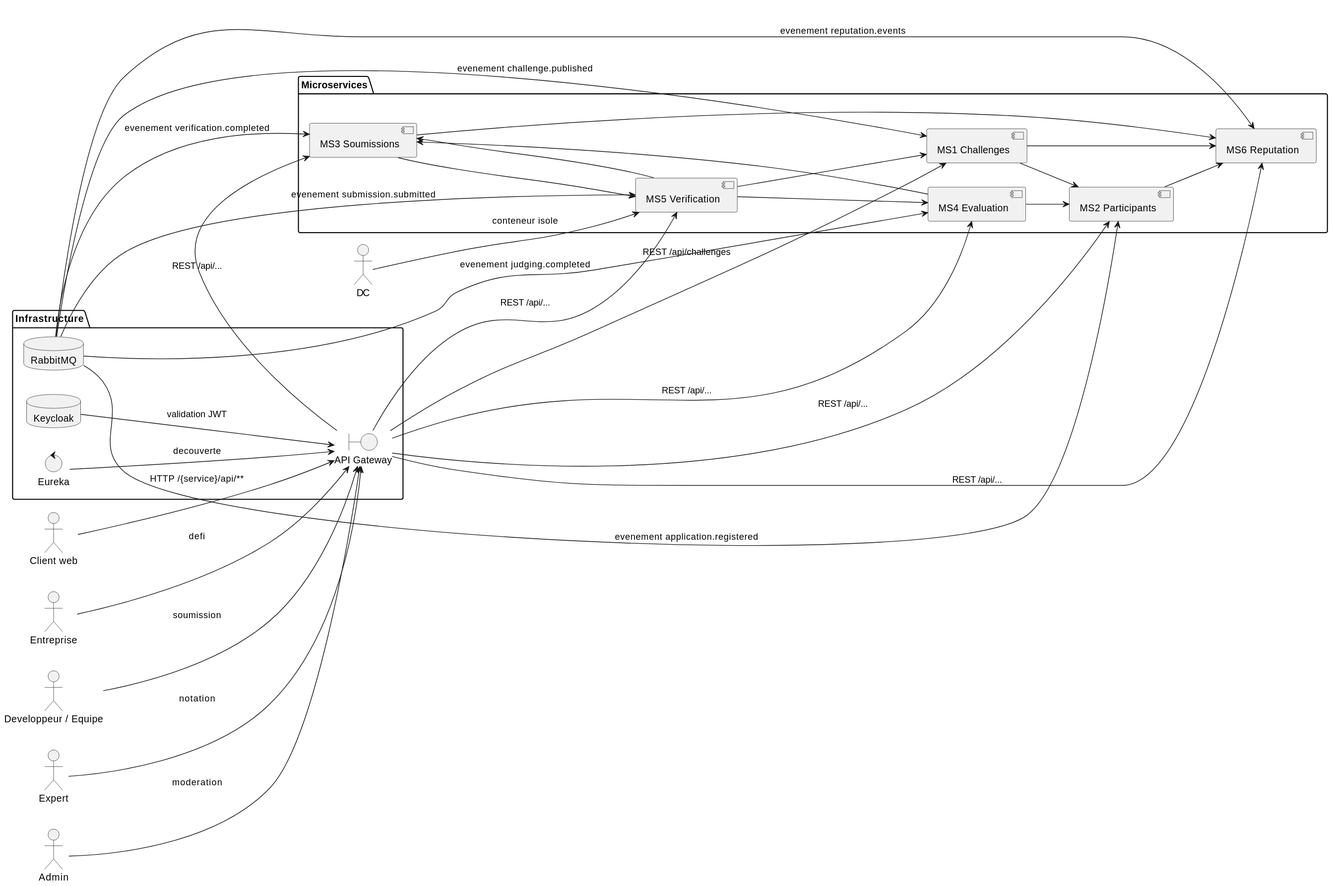
Earlier version of the PlantUML export docs/Diagrams/Global/global-architecture.svg (reemslama/mini-projet-web). Source of this version:
```plantuml
@startuml
skinparam backgroundColor #FFFFFF
left to right direction
actor "Client web" as Client
actor "Entreprise" as ENT
actor "Developpeur / Equipe" as DEV
actor "Expert" as EXP
actor "Admin" as ADM

package "Infrastructure" {
  boundary "API Gateway" as GW
  control "Eureka" as EUREKA
  database "Keycloak" as KC
  database "RabbitMQ" as RMQ
}

package "Microservices" {
  component "MS1 Challenges" as MS1
  component "MS2 Participants" as MS2
  component "MS3 Soumissions" as MS3
  component "MS4 Evaluation" as MS4
  component "MS5 Verification" as MS5
  component "MS6 Reputation" as MS6
}

Client --> GW : HTTP /{service}/api/**
GW --> MS1 : REST /api/challenges
GW --> MS2 : REST /api/...
GW --> MS3 : REST /api/...
GW --> MS4 : REST /api/...
GW --> MS5 : REST /api/...
GW --> MS6 : REST /api/...
ENT --> GW : defi
DEV --> GW : soumission
EXP --> GW : notation
ADM --> GW : moderation
MS1 --> MS2
MS3 --> MS5
MS5 --> MS3
MS5 --> MS1
MS5 --> MS4
MS4 --> MS3
MS4 --> MS2
MS1 --> MS6
MS2 --> MS6
MS3 --> MS6
EUREKA --> GW : decouverte
KC --> GW : validation JWT
RMQ --> MS5 : evenement submission.submitted
RMQ --> MS4 : evenement judging.completed
RMQ --> MS3 : evenement verification.completed
RMQ --> MS2 : evenement application.registered
RMQ --> MS1 : evenement challenge.published
RMQ --> MS6 : evenement reputation.events
DC --> MS5 : conteneur isole
@enduml
```
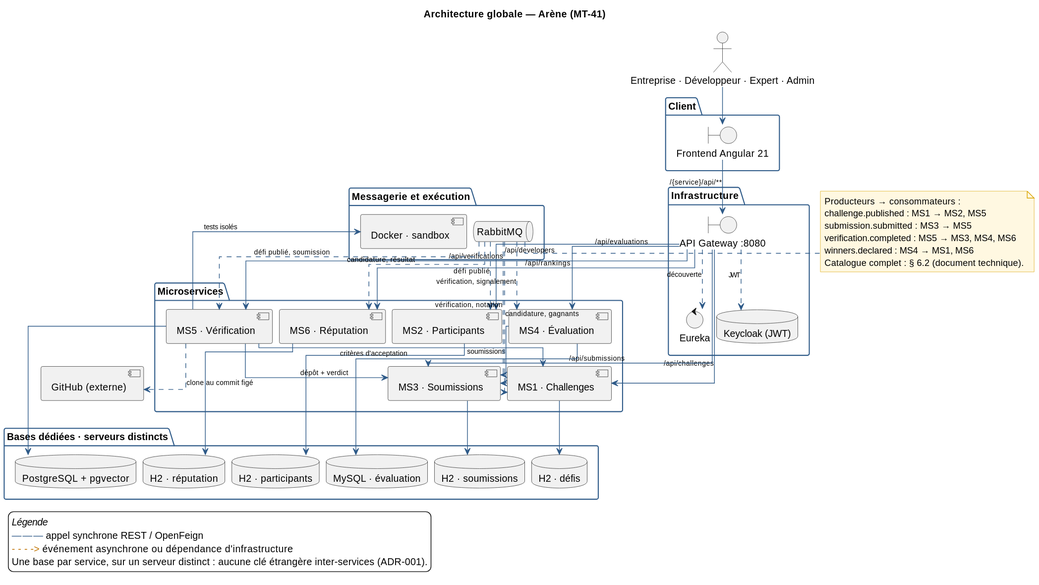
After the commit.

The edit, as a diff of the source:
```diff
@@ -1,56 +1,102 @@
 @startuml
+title Architecture globale — Arène (MT-41)
+
 skinparam backgroundColor #FFFFFF
-left to right direction
-actor "Client web" as Client
-actor "Entreprise" as ENT
-actor "Developpeur / Equipe" as DEV
-actor "Expert" as EXP
-actor "Admin" as ADM
+skinparam shadowing false
+skinparam linetype ortho
+skinparam FontName Helvetica
+skinparam FontSize 11
+skinparam ArrowFontSize 10
+skinparam PackageBorderColor #2E5A88
+skinparam ArrowColor #2E5A88
+skinparam NoteBackgroundColor #FFF8E1
+skinparam NoteBorderColor #D9A400
+skinparam nodesep 10
+skinparam ranksep 18
+
+actor "Entreprise · Développeur · Expert · Admin" as USERS
+
+package "Client" {
+  boundary "Frontend Angular 21" as FE
+}
 
 package "Infrastructure" {
-  boundary "API Gateway" as GW
-  control "Eureka" as EUREKA
-  database "Keycloak" as KC
-  database "RabbitMQ" as RMQ
+  boundary "API Gateway :8080" as GW
+  control "Eureka" as EU
+  database "Keycloak (JWT)" as KC
 }
 
 package "Microservices" {
-  component "MS1 Challenges" as MS1
-  component "MS2 Participants" as MS2
-  component "MS3 Soumissions" as MS3
-  component "MS4 Evaluation" as MS4
-  component "MS5 Verification" as MS5
-  component "MS6 Reputation" as MS6
+  component "MS1 · Challenges" as MS1
+  component "MS2 · Participants" as MS2
+  component "MS3 · Soumissions" as MS3
+  component "MS4 · Évaluation" as MS4
+  component "MS5 · Vérification" as MS5
+  component "MS6 · Réputation" as MS6
 }
 
-Client --> GW : HTTP /{service}/api/**
-GW --> MS1 : REST /api/challenges
-GW --> MS2 : REST /api/...
-GW --> MS3 : REST /api/...
-GW --> MS4 : REST /api/...
-GW --> MS5 : REST /api/...
-GW --> MS6 : REST /api/...
-ENT --> GW : defi
-DEV --> GW : soumission
-EXP --> GW : notation
-ADM --> GW : moderation
-MS1 --> MS2
-MS3 --> MS5
-MS5 --> MS3
-MS5 --> MS1
-MS5 --> MS4
-MS4 --> MS3
-MS4 --> MS2
-MS1 --> MS6
-MS2 --> MS6
-MS3 --> MS6
-EUREKA --> GW : decouverte
-KC --> GW : validation JWT
-RMQ --> MS5 : evenement submission.submitted
-RMQ --> MS4 : evenement judging.completed
-RMQ --> MS3 : evenement verification.completed
-RMQ --> MS2 : evenement application.registered
-RMQ --> MS1 : evenement challenge.published
-RMQ --> MS6 : evenement reputation.events
-DC --> MS5 : conteneur isole
+package "Bases dédiées · serveurs distincts" {
+  database "H2 · défis" as DB1
+  database "H2 · participants" as DB2
+  database "H2 · soumissions" as DB3
+  database "MySQL · évaluation" as DB4
+  database "PostgreSQL + pgvector" as DB5
+  database "H2 · réputation" as DB6
+}
+
+package "Messagerie et exécution" {
+  queue "RabbitMQ" as MQ
+  component "Docker · sandbox" as DK
+}
+
+component "GitHub (externe)" as GH
+
+USERS --> FE
+FE --> GW : /{service}/api/**
+GW ..> KC : JWT
+GW ..> EU : découverte
+
+GW --> MS1 : /api/challenges
+GW --> MS2 : /api/developers
+GW --> MS3 : /api/submissions
+GW --> MS4 : /api/evaluations
+GW --> MS5 : /api/verifications
+GW --> MS6 : /api/rankings
+
+MS1 --> DB1
+MS2 --> DB2
+MS3 --> DB3
+MS4 --> DB4
+MS5 --> DB5
+MS6 --> DB6
+
+MS5 --> MS1 : critères d'acceptation
+MS5 --> MS3 : dépôt + verdict
+MS4 --> MS3 : soumissions
+
+MS5 --> DK : tests isolés
+MS5 ..> GH : clone au commit figé
+
+MQ ..> MS1 : candidature, gagnants
+MQ ..> MS2 : défi publié
+MQ ..> MS3 : vérification, notation
+MQ ..> MS4 : vérification, signalement
+MQ ..> MS5 : défi publié, soumission
+MQ ..> MS6 : candidature, résultat
+
+note right of MQ
+  Producteurs → consommateurs :
+  challenge.published : MS1 → MS2, MS5
+  submission.submitted : MS3 → MS5
+  verification.completed : MS5 → MS3, MS4, MS6
+  winners.declared : MS4 → MS1, MS6
+  Catalogue complet : § 6.2 (document technique).
+end note
+
+legend bottom left
+  ==== Légende
+  <color:#2E5A88>———</color> appel synchrone REST / OpenFeign
+  <color:#C07400>- - - -></color> événement asynchrone ou dépendance d'infrastructure
+  Une base par service, sur un serveur distinct : aucune clé étrangère inter-services (ADR-001).
+end legend
 @enduml
```
